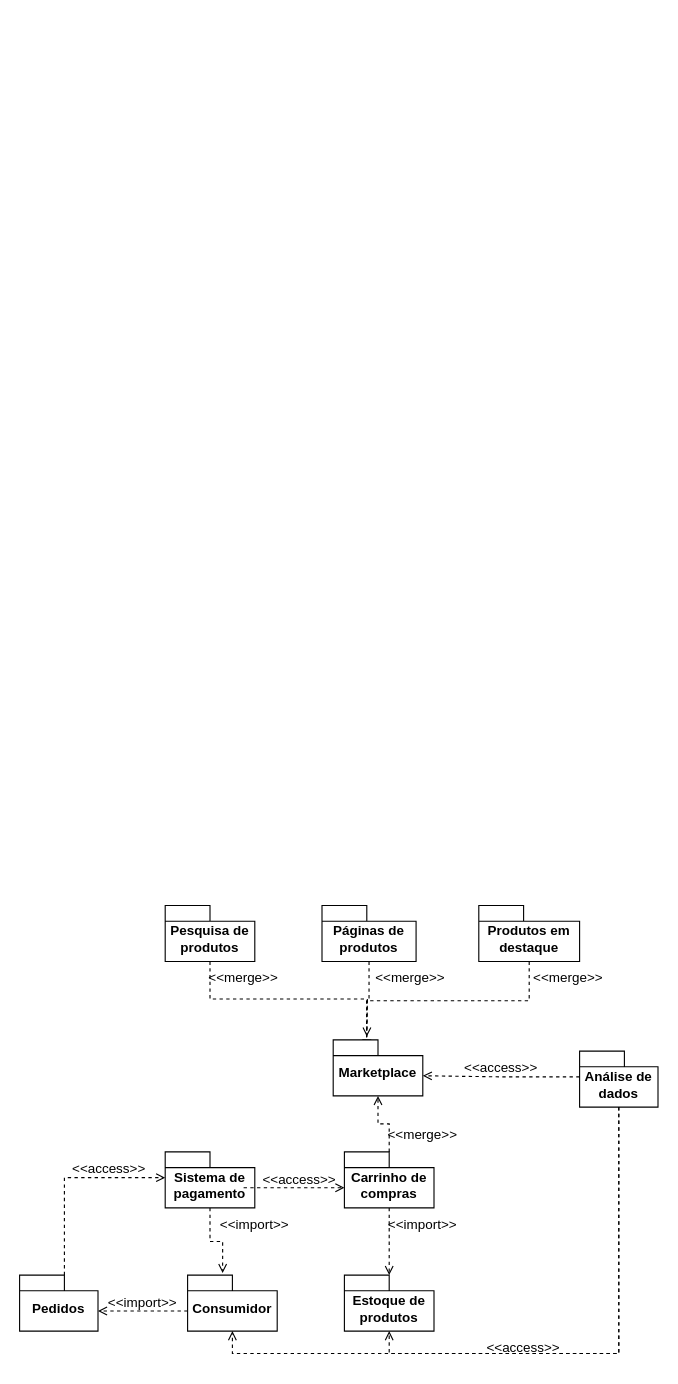
Before: Diagrama_pacotes.drawio in davimicale/Patinho-Feio-do-Legume, a draw.io diagram. Source tidied: cells renumbered, new cells numbered last; positions are measured from the earlier drawing's top-left corner, leaving out a move shared by most shapes. Both pictures are drawn from the tidied source at 112%, with x=0, y=0 at pixel (19, 905).
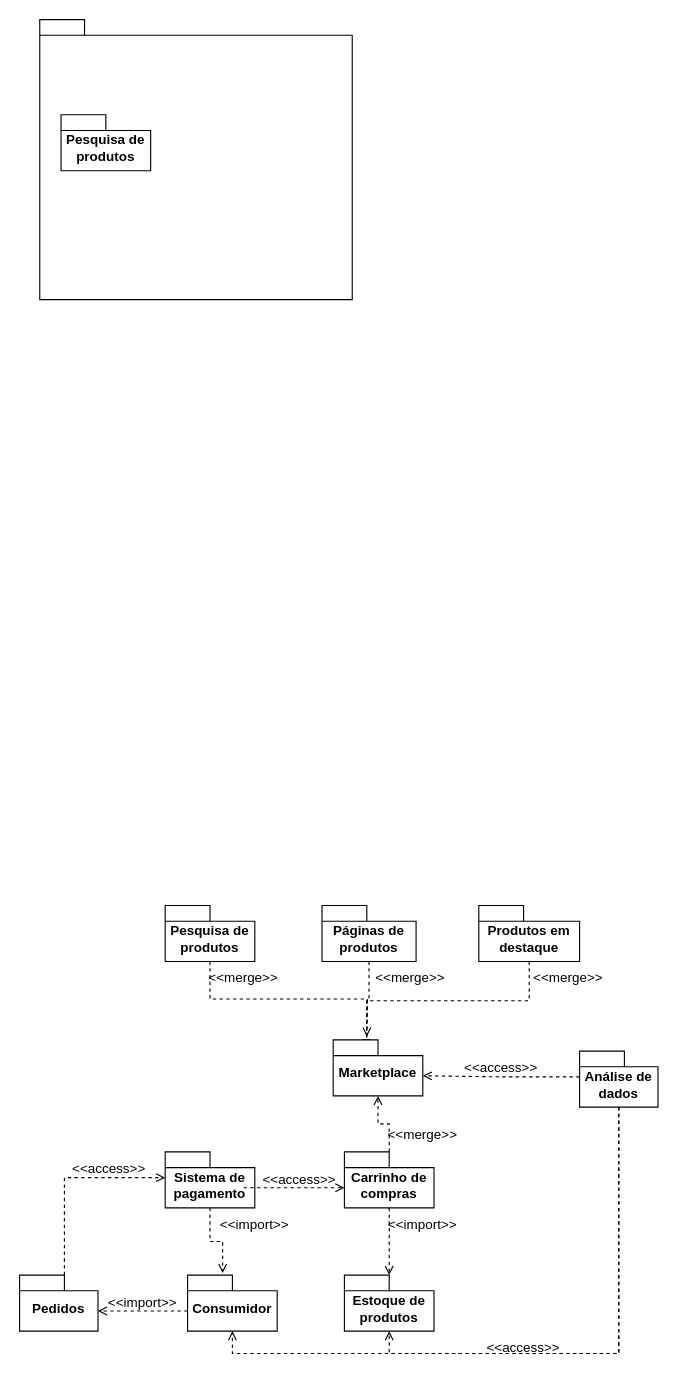
Above is the later version.

What changed in the source:
```diff
@@
+    <mxCell id="35" style="shape=folder;fontStyle=1;spacingTop=10;tabWidth=40;tabHeight=14;tabPosition=left;html=1;whiteSpace=wrap;" parent="1" vertex="1">
+      <mxGeometry x="18" y="-791" width="279" height="250" as="geometry" />
+    </mxCell>
+    <mxCell id="36" value="Pesquisa de produtos" style="shape=folder;fontStyle=1;spacingTop=10;tabWidth=40;tabHeight=14;tabPosition=left;html=1;whiteSpace=wrap;" parent="1" vertex="1">
+      <mxGeometry x="37" y="-706" width="80" height="50" as="geometry" />
+    </mxCell>
```
